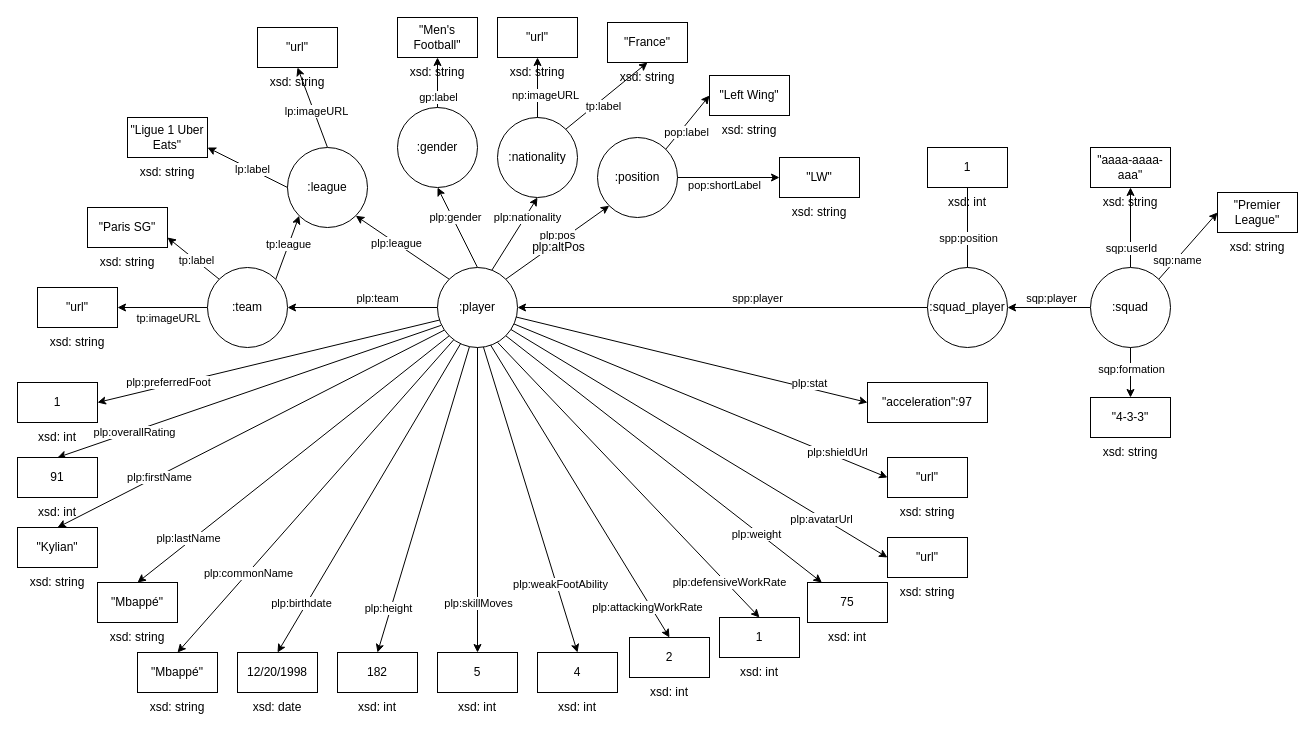
SysteM1922/projeto-ws-2 keeps this draw.io diagram as diagram.drawio. Above is the earlier version. Source tidied: cells renumbered, new cells numbered last; positions are measured from the earlier drawing's top-left corner, leaving out a move shared by most shapes. Both pictures are drawn from the tidied source at 100%, with x=0, y=0 at pixel (17, 17).
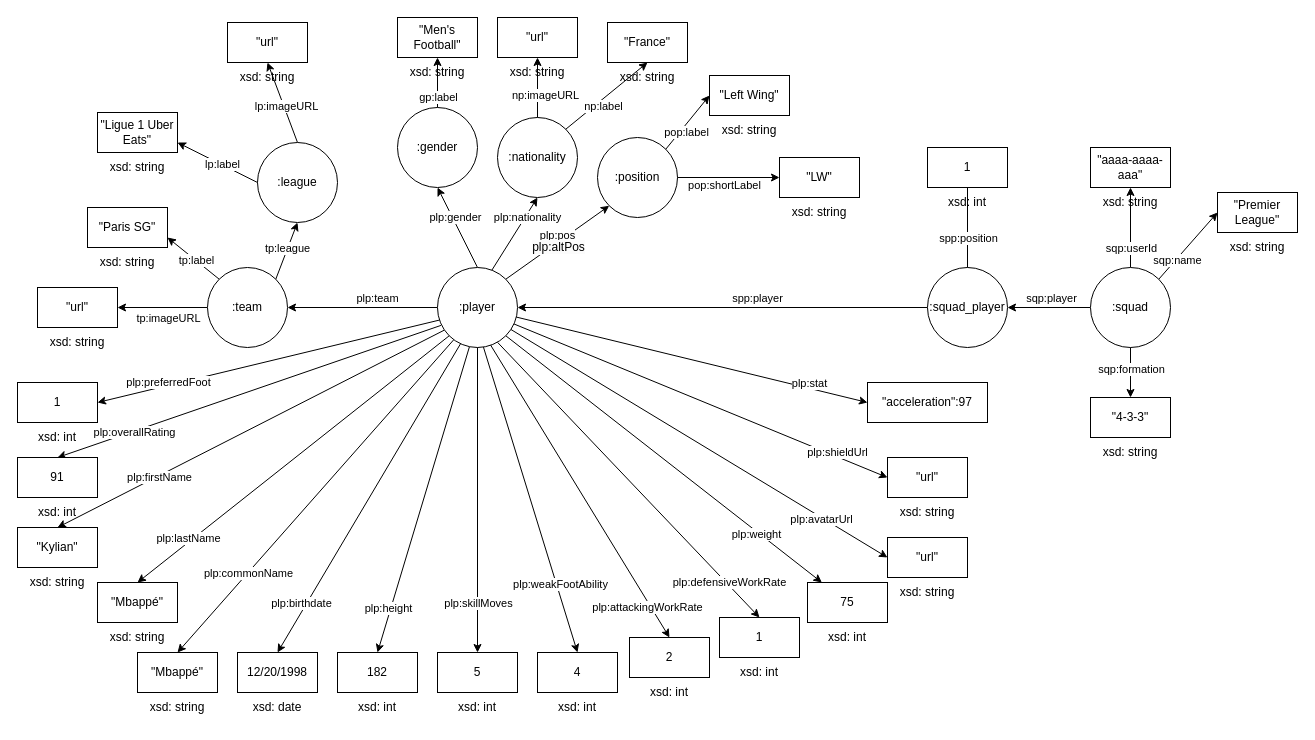
The same diagram, later.

The change refers to these unchanged cells:
```xml
<mxCell id="31" value=":player" style="ellipse;whiteSpace=wrap;html=1;" parent="1" vertex="1">
  <mxGeometry x="420" y="250" width="80" height="80" as="geometry" />
</mxCell>
<mxCell id="41" value=":team" style="ellipse;whiteSpace=wrap;html=1;" parent="1" vertex="1">
  <mxGeometry x="190" y="250" width="80" height="80" as="geometry" />
</mxCell>
<mxCell id="83" style="rounded=0;jettySize=auto;html=1;exitX=1;exitY=0;exitDx=0;exitDy=0;entryX=0.5;entryY=0;entryDx=0;entryDy=0;" parent="1" edge="1" source="42" target="88">
  <mxGeometry relative="1" as="geometry" />
</mxCell>
```

Change to the diagram source:
```diff
@@
-    <mxCell id="9" style="rounded=0;jettySize=auto;html=1;exitX=0;exitY=0;exitDx=0;exitDy=0;entryX=1;entryY=1;entryDx=0;entryDy=0;" parent="1" edge="1" source="31" target="34">
-      <mxGeometry relative="1" as="geometry" />
-    </mxCell>
-    <mxCell id="10" value="plp:league" style="edgeLabel;html=1;align=center;verticalAlign=middle;" parent="9" vertex="1">
-      <mxGeometry x="0.14" relative="1" as="geometry" />
-    </mxCell>
@@
     <mxCell id="34" value=":league" style="ellipse;whiteSpace=wrap;html=1;" parent="1" vertex="1">
-      <mxGeometry x="270" y="130" width="80" height="80" as="geometry" />
+      <mxGeometry x="240" y="125" width="80" height="80" as="geometry" />
     </mxCell>
-    <mxCell id="35" style="rounded=0;jettySize=auto;html=1;exitX=1;exitY=0;exitDx=0;exitDy=0;entryX=0;entryY=1;entryDx=0;entryDy=0;" parent="1" edge="1" source="41" target="34">
+    <mxCell id="35" style="rounded=0;jettySize=auto;html=1;exitX=1;exitY=0;exitDx=0;exitDy=0;entryX=0.5;entryY=1;entryDx=0;entryDy=0;" parent="1" edge="1" source="41" target="34">
       <mxGeometry relative="1" as="geometry" />
     </mxCell>
@@
     <mxCell id="77" value="&quot;Ligue 1 Uber Eats&quot;" style="rounded=0;whiteSpace=wrap;html=1;" parent="1" vertex="1">
-      <mxGeometry x="110" y="100" width="80" height="40" as="geometry" />
+      <mxGeometry x="80" y="95" width="80" height="40" as="geometry" />
     </mxCell>
     <mxCell id="78" value="xsd: string" style="text;html=1;align=center;verticalAlign=middle;whiteSpace=wrap;rounded=0;" parent="1" vertex="1">
-      <mxGeometry x="120" y="140" width="60" height="30" as="geometry" />
+      <mxGeometry x="90" y="135" width="60" height="30" as="geometry" />
     </mxCell>
@@
-    <mxCell id="84" value="tp:label" style="edgeLabel;html=1;align=center;verticalAlign=middle;" parent="83" vertex="1">
+    <mxCell id="84" value="np:label" style="edgeLabel;html=1;align=center;verticalAlign=middle;" parent="83" vertex="1">
       <mxGeometry x="-0.1" y="-1" relative="1" as="geometry">
         <mxPoint y="6" as="offset" />
       </mxGeometry>
     </mxCell>
@@
     <mxCell id="134" value="&quot;url&quot;" style="rounded=0;whiteSpace=wrap;html=1;" parent="1" vertex="1">
-      <mxGeometry x="240" y="10" width="80" height="40" as="geometry" />
+      <mxGeometry x="210" y="5" width="80" height="40" as="geometry" />
     </mxCell>
     <mxCell id="135" value="xsd: string" style="text;html=1;align=center;verticalAlign=middle;whiteSpace=wrap;rounded=0;" parent="1" vertex="1">
-      <mxGeometry x="250" y="50" width="60" height="30" as="geometry" />
+      <mxGeometry x="220" y="45" width="60" height="30" as="geometry" />
     </mxCell>
```
